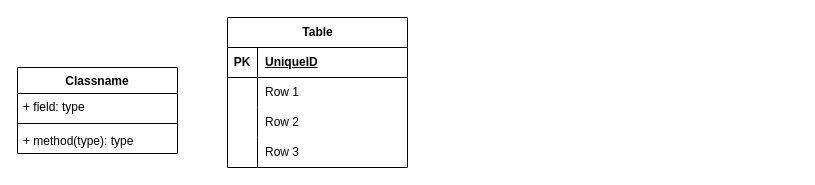
MichelAdrianTorradoRoa/SISTEMA_DE_CONTROL_DE_ACCESO_PARA_EL_COMPLEJO_EMPRESARIAL_ZONA_ACME keeps this draw.io diagram as Diagrama de Diseño Relacional ACME.drawio. Above is the earlier version. Source tidied: cells renumbered, new cells numbered last; positions are measured from the earlier drawing's top-left corner, leaving out a move shared by most shapes. Both pictures are drawn from the tidied source at 100%, with x=0, y=0 at pixel (17, 17).
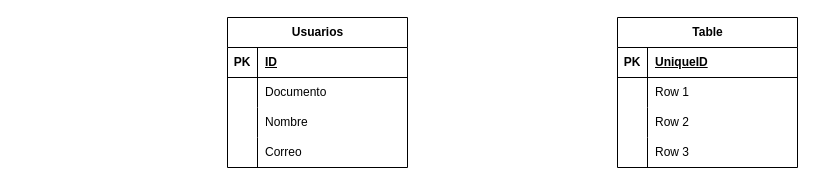
After the change.

The change refers to these unchanged cells:
```xml
<mxCell id="7" style="shape=tableRow;horizontal=0;startSize=0;swimlaneHead=0;swimlaneBody=0;fillColor=none;top=0;left=0;right=0;bottom=1;" parent="6" vertex="1">
  <mxGeometry y="30" width="180" height="30" as="geometry" />
</mxCell>
<mxCell id="10" style="shape=tableRow;horizontal=0;startSize=0;swimlaneHead=0;swimlaneBody=0;fillColor=none;top=0;left=0;right=0;bottom=0;" parent="6" vertex="1">
  <mxGeometry y="60" width="180" height="30" as="geometry" />
</mxCell>
<mxCell id="13" style="shape=tableRow;horizontal=0;startSize=0;swimlaneHead=0;swimlaneBody=0;fillColor=none;top=0;left=0;right=0;bottom=0;" parent="6" vertex="1">
  <mxGeometry y="90" width="180" height="30" as="geometry" />
</mxCell>
<mxCell id="16" style="shape=tableRow;horizontal=0;startSize=0;swimlaneHead=0;swimlaneBody=0;fillColor=none;top=0;left=0;right=0;bottom=0;" parent="6" vertex="1">
  <mxGeometry y="120" width="180" height="30" as="geometry" />
</mxCell>
```

The edit, as a diff of the source:
```diff
@@
-    <mxCell id="2" value="Classname" style="swimlane;fontStyle=1;align=center;verticalAlign=top;horizontal=1;startSize=26;whiteSpace=wrap;html=1;" parent="1" vertex="1">
-      <mxGeometry y="50" width="160" height="86" as="geometry" />
-    </mxCell>
-    <mxCell id="3" value="+ field: type" style="text;strokeColor=none;fillColor=none;align=left;verticalAlign=top;spacingLeft=4;spacingRight=4;overflow=hidden;whiteSpace=wrap;html=1;" parent="2" vertex="1">
-      <mxGeometry y="26" width="160" height="26" as="geometry" />
-    </mxCell>
-    <mxCell id="4" style="line;strokeWidth=1;fillColor=none;align=left;verticalAlign=middle;spacingTop=-1;spacingLeft=3;spacingRight=3;labelPosition=right;strokeColor=inherit;" parent="2" vertex="1">
-      <mxGeometry y="52" width="160" height="8" as="geometry" />
-    </mxCell>
-    <mxCell id="5" value="+ method(type): type" style="text;strokeColor=none;fillColor=none;align=left;verticalAlign=top;spacingLeft=4;spacingRight=4;overflow=hidden;whiteSpace=wrap;html=1;" parent="2" vertex="1">
-      <mxGeometry y="60" width="160" height="26" as="geometry" />
-    </mxCell>
-    <mxCell id="6" value="Table" style="shape=table;startSize=30;childLayout=tableLayout;rowLines=0;fontStyle=1;align=center;html=1;" parent="1" vertex="1">
+    <mxCell id="6" value="Usuarios" style="shape=table;startSize=30;childLayout=tableLayout;rowLines=0;fontStyle=1;align=center;html=1;" parent="1" vertex="1">
       <mxGeometry x="210" width="180" height="150" as="geometry" />
     </mxCell>
@@
-    <mxCell id="9" value="UniqueID" style="shape=partialRectangle;fillColor=none;top=0;left=0;bottom=0;right=0;align=left;spacingLeft=6;fontStyle=5;overflow=hidden;whiteSpace=wrap;html=1;" parent="7" vertex="1">
+    <mxCell id="9" value="ID" style="shape=partialRectangle;fillColor=none;top=0;left=0;bottom=0;right=0;align=left;spacingLeft=6;fontStyle=5;overflow=hidden;whiteSpace=wrap;html=1;" parent="7" vertex="1">
       <mxGeometry x="30" width="150" height="30" as="geometry" />
     </mxCell>
@@
-    <mxCell id="12" value="Row 1" style="shape=partialRectangle;fillColor=none;top=0;left=0;bottom=0;right=0;align=left;spacingLeft=6;overflow=hidden;whiteSpace=wrap;html=1;" parent="10" vertex="1">
+    <mxCell id="12" value="Documento" style="shape=partialRectangle;fillColor=none;top=0;left=0;bottom=0;right=0;align=left;spacingLeft=6;overflow=hidden;whiteSpace=wrap;html=1;" parent="10" vertex="1">
       <mxGeometry x="30" width="150" height="30" as="geometry" />
     </mxCell>
@@
-    <mxCell id="15" value="Row 2" style="shape=partialRectangle;fillColor=none;top=0;left=0;bottom=0;right=0;align=left;spacingLeft=6;overflow=hidden;whiteSpace=wrap;html=1;" parent="13" vertex="1">
+    <mxCell id="15" value="Nombre" style="shape=partialRectangle;fillColor=none;top=0;left=0;bottom=0;right=0;align=left;spacingLeft=6;overflow=hidden;whiteSpace=wrap;html=1;" parent="13" vertex="1">
       <mxGeometry x="30" width="150" height="30" as="geometry" />
     </mxCell>
@@
-    <mxCell id="18" value="Row 3" style="shape=partialRectangle;fillColor=none;top=0;left=0;bottom=0;right=0;align=left;spacingLeft=6;overflow=hidden;whiteSpace=wrap;html=1;" parent="16" vertex="1">
+    <mxCell id="18" value="Correo" style="shape=partialRectangle;fillColor=none;top=0;left=0;bottom=0;right=0;align=left;spacingLeft=6;overflow=hidden;whiteSpace=wrap;html=1;" parent="16" vertex="1">
       <mxGeometry x="30" width="150" height="30" as="geometry" />
     </mxCell>
+    <mxCell id="19" value="Table" style="shape=table;startSize=30;childLayout=tableLayout;rowLines=0;fontStyle=1;align=center;html=1;" parent="1" vertex="1">
+      <mxGeometry x="600" width="180" height="150" as="geometry" />
+    </mxCell>
+    <mxCell id="20" style="shape=tableRow;horizontal=0;startSize=0;swimlaneHead=0;swimlaneBody=0;fillColor=none;top=0;left=0;right=0;bottom=1;" parent="19" vertex="1">
+      <mxGeometry y="30" width="180" height="30" as="geometry" />
+    </mxCell>
+    <mxCell id="21" value="PK" style="shape=partialRectangle;fillColor=none;top=0;left=0;bottom=0;right=0;fontStyle=1;overflow=hidden;whiteSpace=wrap;html=1;" parent="20" vertex="1">
+      <mxGeometry width="30" height="30" as="geometry" />
+    </mxCell>
+    <mxCell id="22" value="UniqueID" style="shape=partialRectangle;fillColor=none;top=0;left=0;bottom=0;right=0;align=left;spacingLeft=6;fontStyle=5;overflow=hidden;whiteSpace=wrap;html=1;" parent="20" vertex="1">
+      <mxGeometry x="30" width="150" height="30" as="geometry" />
+    </mxCell>
+    <mxCell id="23" style="shape=tableRow;horizontal=0;startSize=0;swimlaneHead=0;swimlaneBody=0;fillColor=none;top=0;left=0;right=0;bottom=0;" parent="19" vertex="1">
+      <mxGeometry y="60" width="180" height="30" as="geometry" />
+    </mxCell>
+    <mxCell id="24" style="shape=partialRectangle;fillColor=none;top=0;left=0;bottom=0;right=0;overflow=hidden;whiteSpace=wrap;html=1;" parent="23" vertex="1">
+      <mxGeometry width="30" height="30" as="geometry" />
+    </mxCell>
+    <mxCell id="25" value="Row 1" style="shape=partialRectangle;fillColor=none;top=0;left=0;bottom=0;right=0;align=left;spacingLeft=6;overflow=hidden;whiteSpace=wrap;html=1;" parent="23" vertex="1">
+      <mxGeometry x="30" width="150" height="30" as="geometry" />
+    </mxCell>
+    <mxCell id="26" style="shape=tableRow;horizontal=0;startSize=0;swimlaneHead=0;swimlaneBody=0;fillColor=none;top=0;left=0;right=0;bottom=0;" parent="19" vertex="1">
+      <mxGeometry y="90" width="180" height="30" as="geometry" />
+    </mxCell>
+    <mxCell id="27" style="shape=partialRectangle;fillColor=none;top=0;left=0;bottom=0;right=0;overflow=hidden;whiteSpace=wrap;html=1;" parent="26" vertex="1">
+      <mxGeometry width="30" height="30" as="geometry" />
+    </mxCell>
+    <mxCell id="28" value="Row 2" style="shape=partialRectangle;fillColor=none;top=0;left=0;bottom=0;right=0;align=left;spacingLeft=6;overflow=hidden;whiteSpace=wrap;html=1;" parent="26" vertex="1">
+      <mxGeometry x="30" width="150" height="30" as="geometry" />
+    </mxCell>
+    <mxCell id="29" style="shape=tableRow;horizontal=0;startSize=0;swimlaneHead=0;swimlaneBody=0;fillColor=none;top=0;left=0;right=0;bottom=0;" parent="19" vertex="1">
+      <mxGeometry y="120" width="180" height="30" as="geometry" />
+    </mxCell>
+    <mxCell id="30" style="shape=partialRectangle;fillColor=none;top=0;left=0;bottom=0;right=0;overflow=hidden;whiteSpace=wrap;html=1;" parent="29" vertex="1">
+      <mxGeometry width="30" height="30" as="geometry" />
+    </mxCell>
+    <mxCell id="31" value="Row 3" style="shape=partialRectangle;fillColor=none;top=0;left=0;bottom=0;right=0;align=left;spacingLeft=6;overflow=hidden;whiteSpace=wrap;html=1;" parent="29" vertex="1">
+      <mxGeometry x="30" width="150" height="30" as="geometry" />
+    </mxCell>
```
